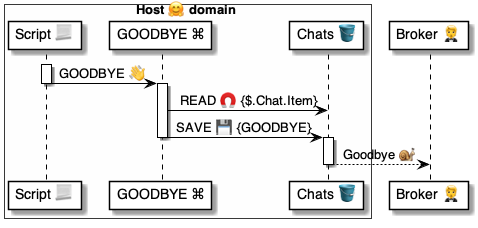
Above: 4 ⚙️ Solution/41 🎭 Domain Roles/Hosts 🤗/🤗⌘ Host cmds/GOODBYE 👋/👋 GOODBYE ⚙️ uml.png in pollyweb-org/pollyweb-docs (PlantUML), before the change. Its source is kept beside it as 4 ⚙️ Solution/41 🎭 Domain Roles/Hosts 🤗/🤗⌘ Host cmds/GOODBYE 👋/👋 GOODBYE ⚙️ uml.puml. The source it was exported from:
```plantuml
@startuml GOODBYE

box Host 🤗 domain #FFFFFA
    participant "Script 📃" as script
    participant "GOODBYE ⌘" as goodbye
    participant "Chats 🪣" as chats
end box

participant "Broker 🤵" as broker

activate script
    script -> goodbye: GOODBYE 👋
deactivate script

activate goodbye
    goodbye -> chats: READ 🧲 {$.Chat.Item}
    goodbye -> chats: SAVE 💾 {GOODBYE}
deactivate goodbye

activate chats
    chats --> broker: Goodbye 🐌
deactivate chats

@enduml
```
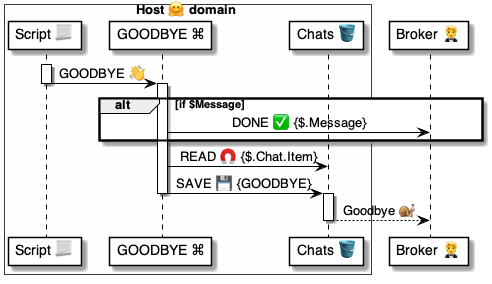
After the change.

The edit, as a diff of the source:
```diff
@@ -13,6 +13,11 @@
 deactivate script
 
 activate goodbye
+
+    alt if $Message
+        goodbye -> broker: DONE ✅ {$.Message}
+    end alt
+
     goodbye -> chats: READ 🧲 {$.Chat.Item}
     goodbye -> chats: SAVE 💾 {GOODBYE}
 deactivate goodbye
```
